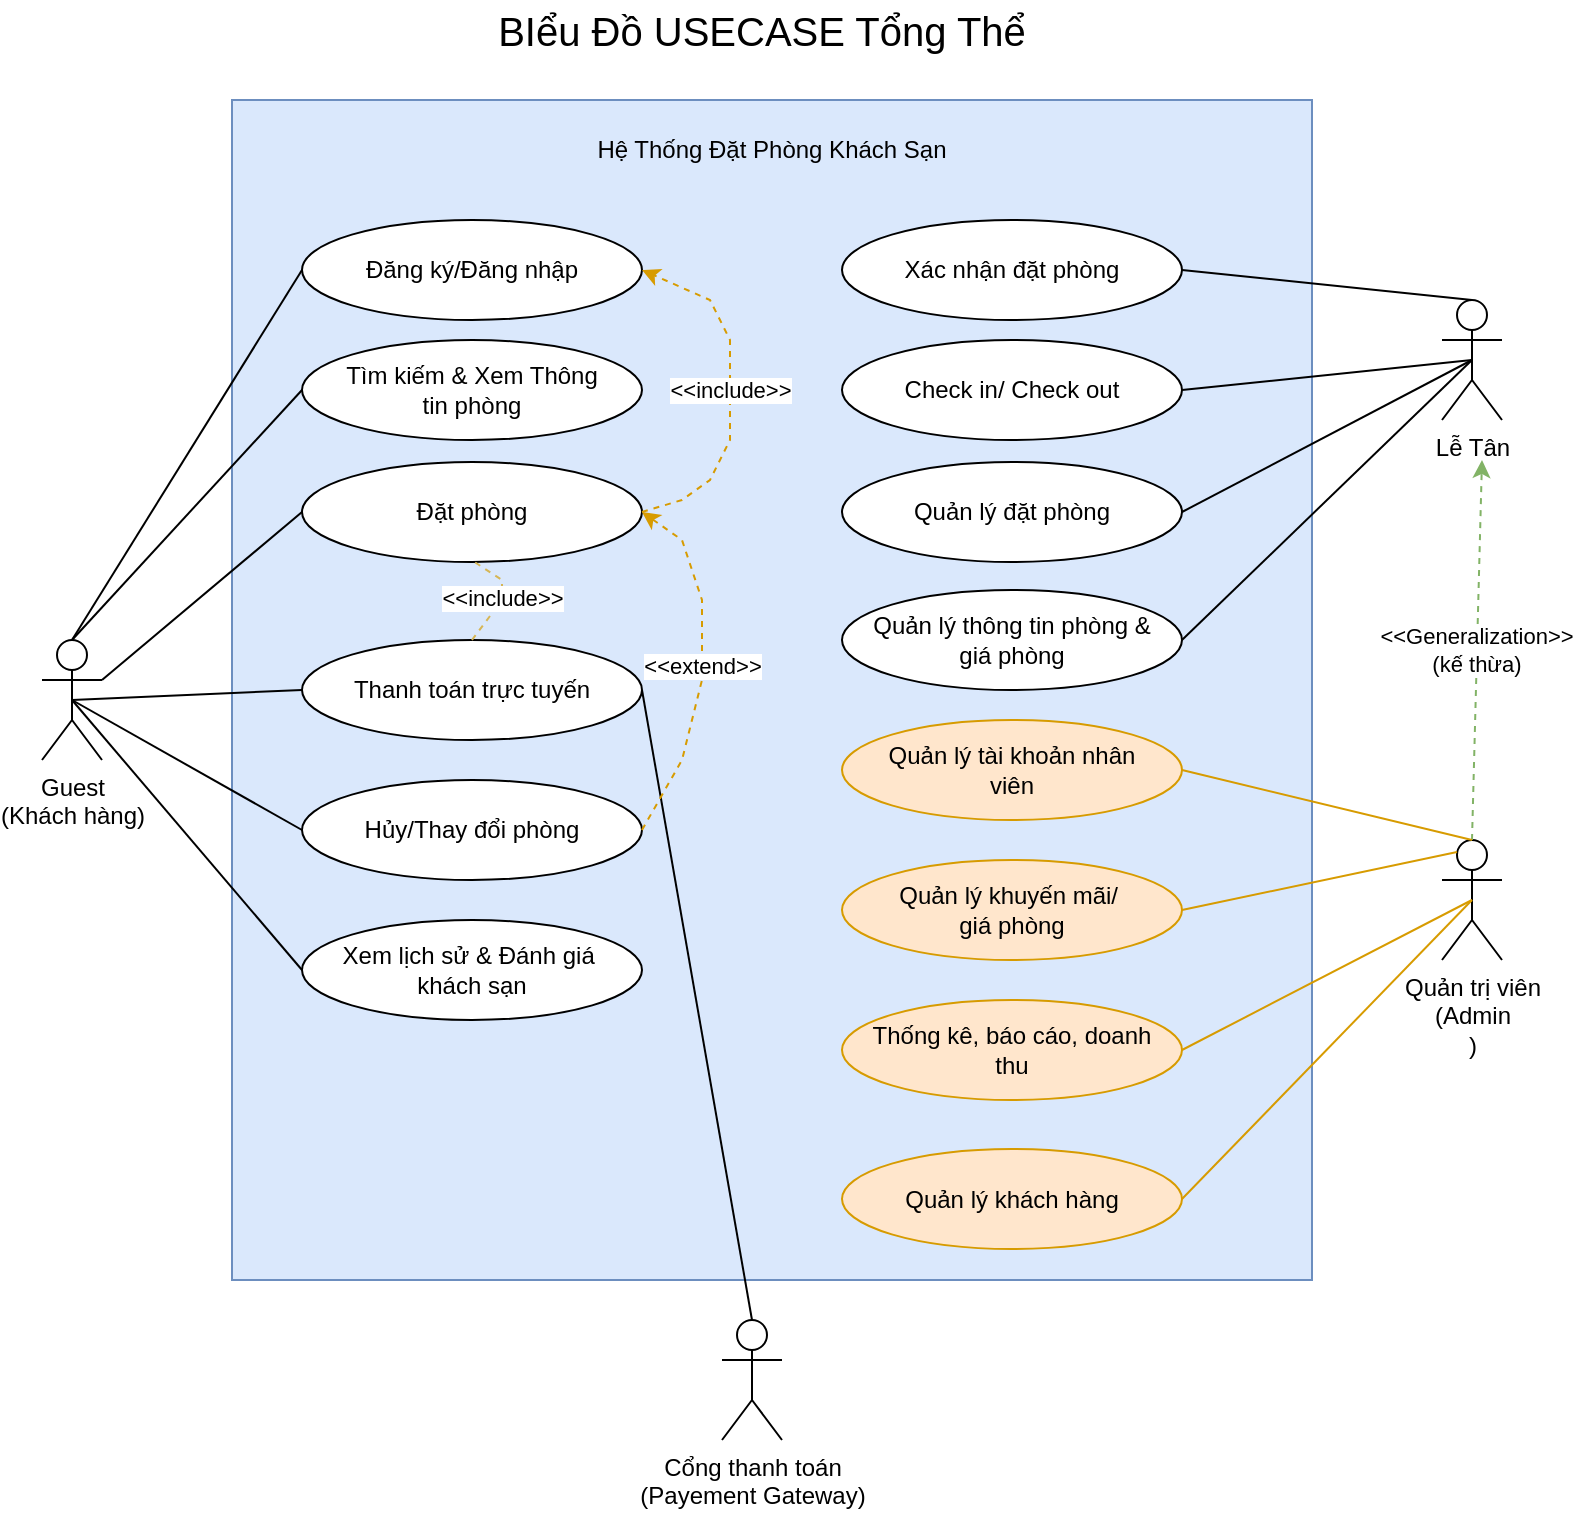
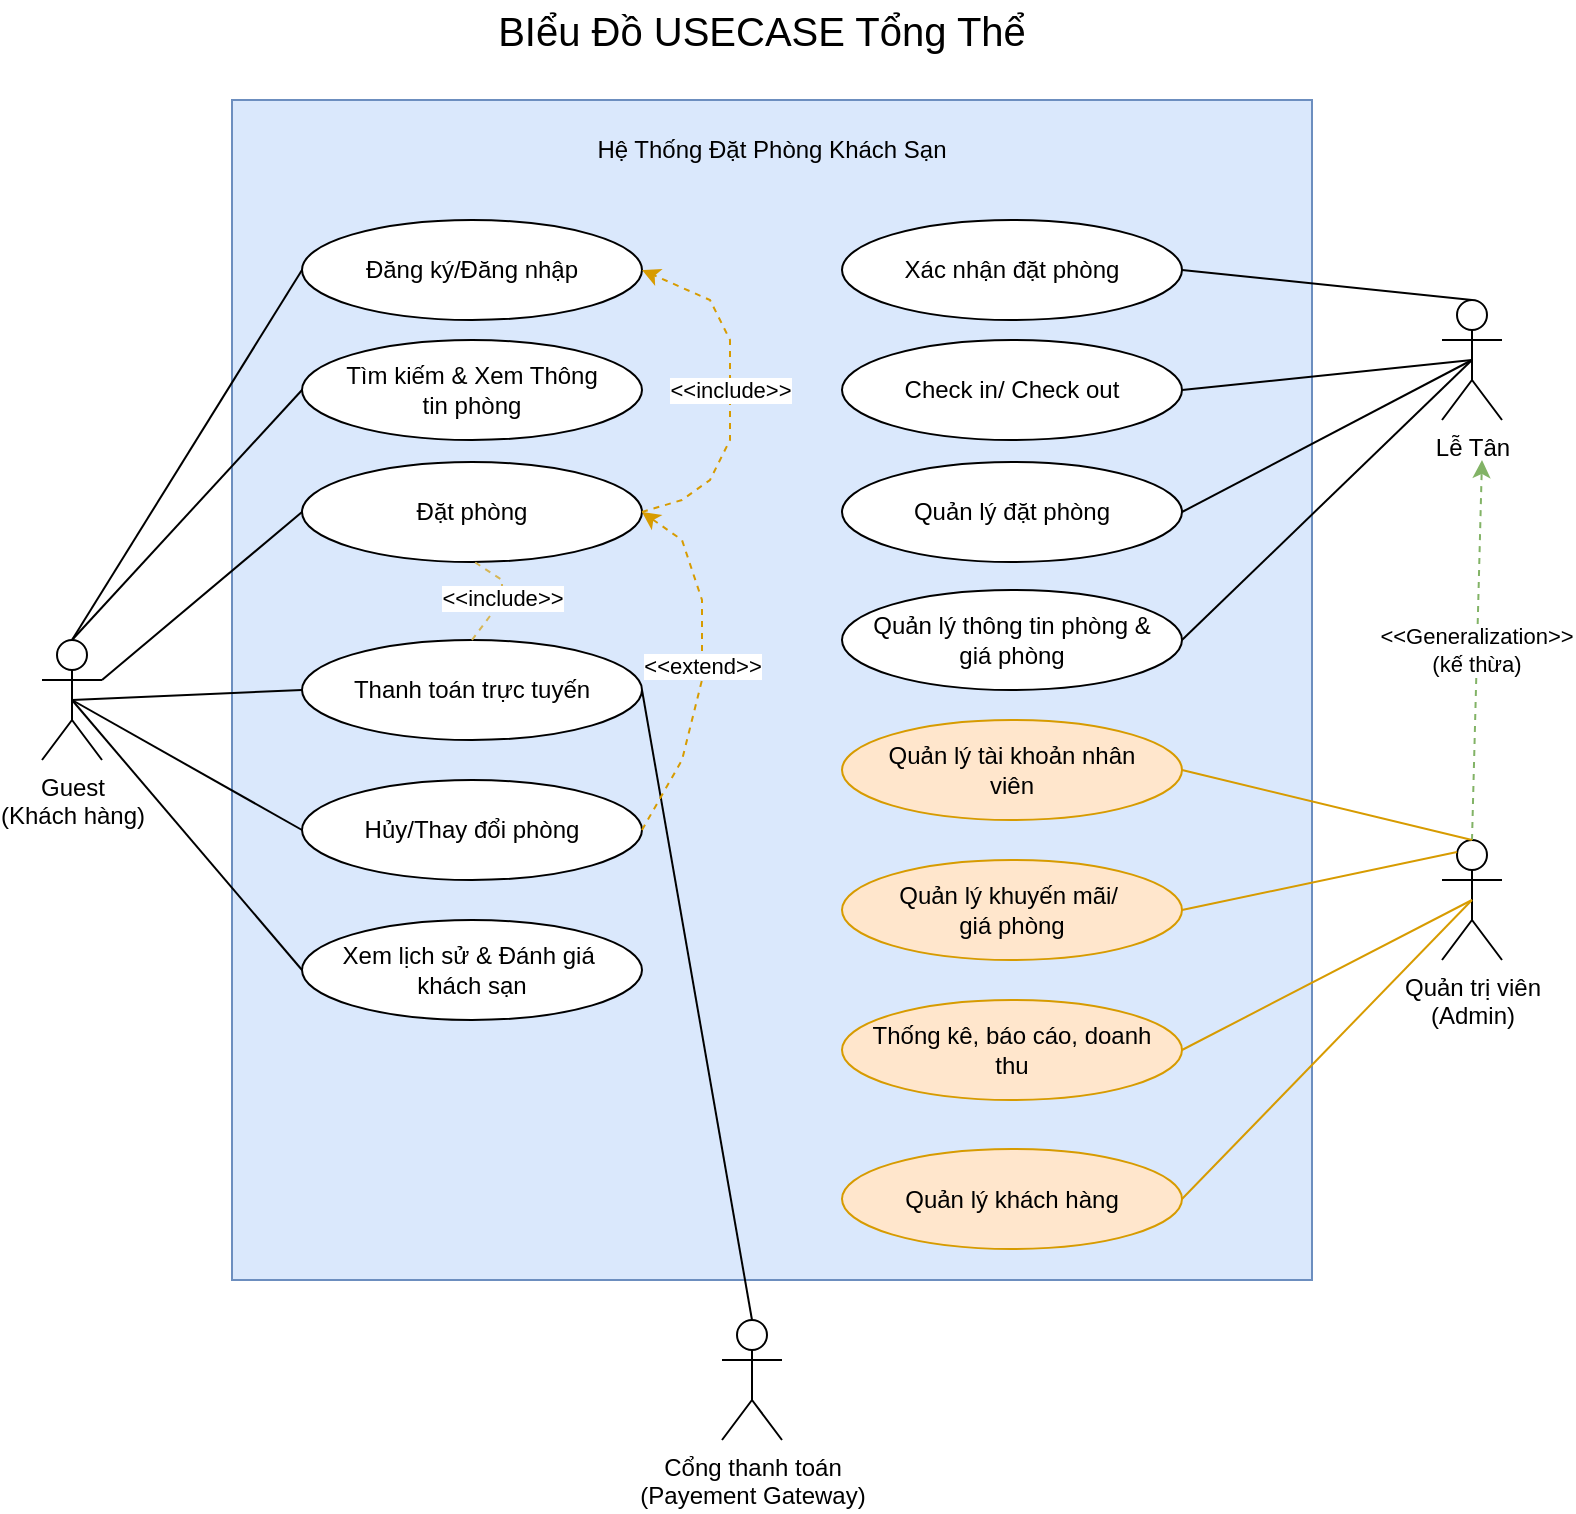
<mxfile host="app.diagrams.net">
  <diagram name="Trang-1" id="FlgQC96UwNOISl6KidtX">
-     <mxGraphModel dx="1323" dy="786" grid="1" gridSize="10" guides="1" tooltips="1" connect="1" arrows="1" fold="1" page="1" pageScale="1" pageWidth="827" pageHeight="1169" background="#ffffff" math="0" shadow="0">
+     <mxGraphModel dx="637" dy="379" grid="1" gridSize="10" guides="1" tooltips="1" connect="1" arrows="1" fold="1" page="1" pageScale="1" pageWidth="827" pageHeight="1169" background="#ffffff" math="0" shadow="0">
      <root>
        <mxCell id="0" />
        <mxCell id="1" parent="0" />
        <mxCell id="QVweNIYAjT9Ei_RMZ2Mm-1" parent="1" style="shape=umlActor;verticalLabelPosition=bottom;verticalAlign=top;html=1;outlineConnect=0;" value="Guest&lt;div&gt;(Khách hàng&lt;span style=&quot;background-color: transparent; color: light-dark(rgb(0, 0, 0), rgb(255, 255, 255));&quot;&gt;)&lt;/span&gt;&lt;/div&gt;" vertex="1">
          <mxGeometry height="60" width="30" x="30" y="330" as="geometry" />
        </mxCell>
        <mxCell id="QVweNIYAjT9Ei_RMZ2Mm-2" parent="1" style="whiteSpace=wrap;html=1;fillColor=#dae8fc;strokeColor=#6c8ebf;align=center;fontFamily=Times New Roman;" value="" vertex="1">
          <mxGeometry height="590" width="540" x="125" y="60" as="geometry" />
        </mxCell>
        <mxCell id="QVweNIYAjT9Ei_RMZ2Mm-3" parent="1" style="text;html=1;whiteSpace=wrap;strokeColor=none;fillColor=none;align=center;verticalAlign=middle;rounded=0;" value="Hệ Thống Đặt Phòng Khách Sạn" vertex="1">
          <mxGeometry height="30" width="270" x="260" y="70" as="geometry" />
        </mxCell>
        <mxCell id="QVweNIYAjT9Ei_RMZ2Mm-4" parent="1" style="shape=umlActor;verticalLabelPosition=bottom;verticalAlign=top;html=1;outlineConnect=0;" value="Cổng thanh toán&lt;div&gt;(Payement Gateway)&lt;/div&gt;" vertex="1">
          <mxGeometry height="60" width="30" x="370" y="670" as="geometry" />
        </mxCell>
-         <mxCell id="QVweNIYAjT9Ei_RMZ2Mm-5" parent="1" style="shape=umlActor;verticalLabelPosition=bottom;verticalAlign=top;html=1;outlineConnect=0;" value="Quản trị viên&lt;div&gt;(Admin&lt;/div&gt;&lt;div&gt;)&lt;/div&gt;" vertex="1">
+         <mxCell id="QVweNIYAjT9Ei_RMZ2Mm-5" parent="1" style="shape=umlActor;verticalLabelPosition=bottom;verticalAlign=top;html=1;outlineConnect=0;" value="Quản trị viên&lt;div&gt;(Admin&lt;span style=&quot;background-color: transparent; color: light-dark(rgb(0, 0, 0), rgb(255, 255, 255));&quot;&gt;)&lt;/span&gt;&lt;/div&gt;" vertex="1">
          <mxGeometry height="60" width="30" x="730" y="430" as="geometry" />
        </mxCell>
        <mxCell id="QVweNIYAjT9Ei_RMZ2Mm-6" parent="1" style="shape=umlActor;verticalLabelPosition=bottom;verticalAlign=top;html=1;outlineConnect=0;" value="Lễ Tân" vertex="1">
          <mxGeometry height="60" width="30" x="730" y="160" as="geometry" />
        </mxCell>
        <mxCell id="QVweNIYAjT9Ei_RMZ2Mm-8" parent="1" style="text;html=1;whiteSpace=wrap;strokeColor=none;fillColor=none;align=center;verticalAlign=middle;rounded=0;" value="&lt;font style=&quot;font-size: 20px;&quot;&gt;BIểu Đồ USECASE Tổng Thể&lt;/font&gt;" vertex="1">
          <mxGeometry height="30" width="340" x="220" y="10" as="geometry" />
        </mxCell>
        <mxCell id="QVweNIYAjT9Ei_RMZ2Mm-10" parent="1" style="ellipse;whiteSpace=wrap;html=1;" value="Đăng ký/Đăng nhập" vertex="1">
          <mxGeometry height="50" width="170" x="160" y="120" as="geometry" />
        </mxCell>
        <mxCell id="QVweNIYAjT9Ei_RMZ2Mm-17" parent="1" style="ellipse;whiteSpace=wrap;html=1;" value="Đặt phòng" vertex="1">
          <mxGeometry height="50" width="170" x="160" y="241" as="geometry" />
        </mxCell>
        <mxCell id="QVweNIYAjT9Ei_RMZ2Mm-18" parent="1" style="ellipse;whiteSpace=wrap;html=1;" value="Tìm kiếm &amp;amp; Xem Thông&lt;div&gt;tin phòng&lt;/div&gt;" vertex="1">
          <mxGeometry height="50" width="170" x="160" y="180" as="geometry" />
        </mxCell>
        <mxCell id="QVweNIYAjT9Ei_RMZ2Mm-19" parent="1" style="ellipse;whiteSpace=wrap;html=1;" value="Xem lịch sử &amp;amp; Đánh giá&amp;nbsp;&lt;div&gt;khách&amp;nbsp;&lt;span style=&quot;background-color: transparent; color: light-dark(rgb(0, 0, 0), rgb(255, 255, 255));&quot;&gt;sạn&lt;/span&gt;&lt;/div&gt;" vertex="1">
          <mxGeometry height="50" width="170" x="160" y="470" as="geometry" />
        </mxCell>
        <mxCell id="QVweNIYAjT9Ei_RMZ2Mm-20" parent="1" style="ellipse;whiteSpace=wrap;html=1;" value="Hủy/Thay đổi phòng" vertex="1">
          <mxGeometry height="50" width="170" x="160" y="400" as="geometry" />
        </mxCell>
        <mxCell id="QVweNIYAjT9Ei_RMZ2Mm-21" parent="1" style="ellipse;whiteSpace=wrap;html=1;" value="Thanh toán trực tuyến" vertex="1">
          <mxGeometry height="50" width="170" x="160" y="330" as="geometry" />
        </mxCell>
        <mxCell id="QVweNIYAjT9Ei_RMZ2Mm-22" parent="1" style="ellipse;whiteSpace=wrap;html=1;" value="Xác nhận đặt phòng" vertex="1">
          <mxGeometry height="50" width="170" x="430" y="120" as="geometry" />
        </mxCell>
        <mxCell id="QVweNIYAjT9Ei_RMZ2Mm-23" parent="1" style="ellipse;whiteSpace=wrap;html=1;" value="Quản lý đặt phòng" vertex="1">
          <mxGeometry height="50" width="170" x="430" y="241" as="geometry" />
        </mxCell>
        <mxCell id="QVweNIYAjT9Ei_RMZ2Mm-24" parent="1" style="ellipse;whiteSpace=wrap;html=1;" value="Check in/ Check out" vertex="1">
          <mxGeometry height="50" width="170" x="430" y="180" as="geometry" />
        </mxCell>
        <mxCell id="QVweNIYAjT9Ei_RMZ2Mm-25" parent="1" style="ellipse;whiteSpace=wrap;html=1;fillColor=#ffe6cc;strokeColor=#d79b00;" value="Quản lý khuyến mãi/&amp;nbsp;&lt;div&gt;giá phòng&lt;/div&gt;" vertex="1">
          <mxGeometry height="50" width="170" x="430" y="440" as="geometry" />
        </mxCell>
        <mxCell id="QVweNIYAjT9Ei_RMZ2Mm-26" parent="1" style="ellipse;whiteSpace=wrap;html=1;fillColor=#ffe6cc;strokeColor=#d79b00;" value="Quản lý tài khoản nhân&lt;div&gt;viên&lt;/div&gt;" vertex="1">
          <mxGeometry height="50" width="170" x="430" y="370" as="geometry" />
        </mxCell>
        <mxCell id="QVweNIYAjT9Ei_RMZ2Mm-27" parent="1" style="ellipse;whiteSpace=wrap;html=1;" value="Quản lý thông tin phòng &amp;amp;&lt;div&gt;giá phòng&lt;/div&gt;" vertex="1">
          <mxGeometry height="50" width="170" x="430" y="305" as="geometry" />
        </mxCell>
        <mxCell id="QVweNIYAjT9Ei_RMZ2Mm-28" parent="1" style="ellipse;whiteSpace=wrap;html=1;fillColor=#ffe6cc;strokeColor=#d79b00;" value="Quản lý khách hàng" vertex="1">
          <mxGeometry height="50" width="170" x="430" y="584.5" as="geometry" />
        </mxCell>
        <mxCell id="QVweNIYAjT9Ei_RMZ2Mm-29" parent="1" style="ellipse;whiteSpace=wrap;html=1;fillColor=#ffe6cc;strokeColor=#d79b00;" value="Thống kê, báo cáo, doanh&lt;div&gt;thu&lt;/div&gt;" vertex="1">
          <mxGeometry height="50" width="170" x="430" y="510" as="geometry" />
        </mxCell>
        <mxCell id="QVweNIYAjT9Ei_RMZ2Mm-30" edge="1" parent="1" source="QVweNIYAjT9Ei_RMZ2Mm-4" style="endArrow=none;html=1;rounded=0;exitX=0.5;exitY=0;exitDx=0;exitDy=0;exitPerimeter=0;entryX=1;entryY=0.5;entryDx=0;entryDy=0;" target="QVweNIYAjT9Ei_RMZ2Mm-21" value="">
          <mxGeometry height="50" relative="1" width="50" as="geometry">
            <mxPoint x="410" y="420" as="sourcePoint" />
            <mxPoint x="460" y="370" as="targetPoint" />
          </mxGeometry>
        </mxCell>
        <mxCell id="QVweNIYAjT9Ei_RMZ2Mm-31" edge="1" parent="1" source="QVweNIYAjT9Ei_RMZ2Mm-1" style="endArrow=none;html=1;rounded=0;exitX=0.5;exitY=0;exitDx=0;exitDy=0;exitPerimeter=0;entryX=0;entryY=0.5;entryDx=0;entryDy=0;" target="QVweNIYAjT9Ei_RMZ2Mm-10" value="">
          <mxGeometry height="50" relative="1" width="50" as="geometry">
            <mxPoint x="410" y="420" as="sourcePoint" />
            <mxPoint x="460" y="370" as="targetPoint" />
          </mxGeometry>
        </mxCell>
        <mxCell id="QVweNIYAjT9Ei_RMZ2Mm-32" edge="1" parent="1" source="QVweNIYAjT9Ei_RMZ2Mm-1" style="endArrow=none;html=1;rounded=0;exitX=0.5;exitY=0.5;exitDx=0;exitDy=0;exitPerimeter=0;entryX=0;entryY=0.5;entryDx=0;entryDy=0;" target="QVweNIYAjT9Ei_RMZ2Mm-21" value="">
          <mxGeometry height="50" relative="1" width="50" as="geometry">
            <mxPoint x="200" y="435" as="sourcePoint" />
            <mxPoint x="315" y="250" as="targetPoint" />
          </mxGeometry>
        </mxCell>
        <mxCell id="QVweNIYAjT9Ei_RMZ2Mm-33" edge="1" parent="1" source="QVweNIYAjT9Ei_RMZ2Mm-1" style="endArrow=none;html=1;rounded=0;exitX=1;exitY=0.3333333333333333;exitDx=0;exitDy=0;exitPerimeter=0;entryX=0;entryY=0.5;entryDx=0;entryDy=0;" target="QVweNIYAjT9Ei_RMZ2Mm-17" value="">
          <mxGeometry height="50" relative="1" width="50" as="geometry">
            <mxPoint x="200" y="435" as="sourcePoint" />
            <mxPoint x="315" y="250" as="targetPoint" />
          </mxGeometry>
        </mxCell>
        <mxCell id="QVweNIYAjT9Ei_RMZ2Mm-34" edge="1" parent="1" source="QVweNIYAjT9Ei_RMZ2Mm-1" style="endArrow=none;html=1;rounded=0;exitX=0.5;exitY=0;exitDx=0;exitDy=0;exitPerimeter=0;entryX=0;entryY=0.5;entryDx=0;entryDy=0;" target="QVweNIYAjT9Ei_RMZ2Mm-18" value="">
          <mxGeometry height="50" relative="1" width="50" as="geometry">
            <mxPoint x="200" y="435" as="sourcePoint" />
            <mxPoint x="315" y="250" as="targetPoint" />
          </mxGeometry>
        </mxCell>
        <mxCell id="QVweNIYAjT9Ei_RMZ2Mm-36" edge="1" parent="1" source="QVweNIYAjT9Ei_RMZ2Mm-1" style="endArrow=none;html=1;rounded=0;exitX=0.5;exitY=0.5;exitDx=0;exitDy=0;exitPerimeter=0;entryX=0;entryY=0.5;entryDx=0;entryDy=0;" target="QVweNIYAjT9Ei_RMZ2Mm-19" value="">
          <mxGeometry height="50" relative="1" width="50" as="geometry">
            <mxPoint x="170" y="430" as="sourcePoint" />
            <mxPoint x="285" y="400" as="targetPoint" />
          </mxGeometry>
        </mxCell>
        <mxCell id="QVweNIYAjT9Ei_RMZ2Mm-37" edge="1" parent="1" source="QVweNIYAjT9Ei_RMZ2Mm-1" style="endArrow=none;html=1;rounded=0;exitX=0.5;exitY=0.5;exitDx=0;exitDy=0;exitPerimeter=0;entryX=0;entryY=0.5;entryDx=0;entryDy=0;" target="QVweNIYAjT9Ei_RMZ2Mm-20" value="">
          <mxGeometry height="50" relative="1" width="50" as="geometry">
            <mxPoint x="170" y="430" as="sourcePoint" />
            <mxPoint x="170" y="380" as="targetPoint" />
          </mxGeometry>
        </mxCell>
        <mxCell id="QVweNIYAjT9Ei_RMZ2Mm-38" edge="1" parent="1" source="QVweNIYAjT9Ei_RMZ2Mm-21" style="endArrow=none;dashed=1;html=1;rounded=0;entryX=0.222;entryY=0.39;entryDx=0;entryDy=0;exitX=0.5;exitY=0;exitDx=0;exitDy=0;entryPerimeter=0;fillColor=#fff2cc;strokeColor=#d6b656;" target="QVweNIYAjT9Ei_RMZ2Mm-2" value="&amp;lt;&amp;lt;include&lt;span style=&quot;background-color: light-dark(#ffffff, var(--ge-dark-color, #121212)); color: light-dark(rgb(0, 0, 0), rgb(255, 255, 255));&quot;&gt;&amp;gt;&amp;gt;&lt;/span&gt;">
          <mxGeometry height="50" relative="1" width="50" as="geometry">
            <Array as="points">
              <mxPoint x="260" y="310" />
              <mxPoint x="260" y="300" />
            </Array>
            <mxPoint x="410" y="420" as="sourcePoint" />
            <mxPoint x="460" y="370" as="targetPoint" />
          </mxGeometry>
        </mxCell>
        <mxCell id="QVweNIYAjT9Ei_RMZ2Mm-40" edge="1" parent="1" source="QVweNIYAjT9Ei_RMZ2Mm-20" style="endArrow=classic;html=1;rounded=0;exitX=1;exitY=0.5;exitDx=0;exitDy=0;entryX=1;entryY=0.5;entryDx=0;entryDy=0;fillColor=#ffe6cc;strokeColor=#d79b00;dashed=1;" target="QVweNIYAjT9Ei_RMZ2Mm-17" value="&amp;lt;&amp;lt;extend&lt;span style=&quot;background-color: light-dark(#ffffff, var(--ge-dark-color, #121212)); color: light-dark(rgb(0, 0, 0), rgb(255, 255, 255));&quot;&gt;&amp;gt;&amp;gt;&lt;/span&gt;">
          <mxGeometry height="50" relative="1" width="50" as="geometry">
            <Array as="points">
              <mxPoint x="350" y="390" />
              <mxPoint x="360" y="350" />
              <mxPoint x="360" y="310" />
              <mxPoint x="350" y="280" />
            </Array>
            <mxPoint x="410" y="420" as="sourcePoint" />
            <mxPoint x="460" y="370" as="targetPoint" />
          </mxGeometry>
        </mxCell>
        <mxCell id="QVweNIYAjT9Ei_RMZ2Mm-41" edge="1" parent="1" source="QVweNIYAjT9Ei_RMZ2Mm-17" style="endArrow=classic;html=1;rounded=0;exitX=1;exitY=0.5;exitDx=0;exitDy=0;entryX=1;entryY=0.5;entryDx=0;entryDy=0;dashed=1;fillColor=#ffe6cc;strokeColor=#d79b00;" target="QVweNIYAjT9Ei_RMZ2Mm-10" value="&amp;lt;&amp;lt;include&amp;gt;&amp;gt;">
          <mxGeometry height="50" relative="1" width="50" as="geometry">
            <Array as="points">
              <mxPoint x="350" y="260" />
              <mxPoint x="364" y="250" />
              <mxPoint x="374" y="230" />
              <mxPoint x="374" y="210" />
              <mxPoint x="374" y="180" />
              <mxPoint x="364" y="160" />
            </Array>
            <mxPoint x="344" y="266" as="sourcePoint" />
            <mxPoint x="344" y="145" as="targetPoint" />
          </mxGeometry>
        </mxCell>
        <mxCell id="QVweNIYAjT9Ei_RMZ2Mm-44" edge="1" parent="1" source="QVweNIYAjT9Ei_RMZ2Mm-5" style="endArrow=classic;html=1;rounded=0;exitX=0.5;exitY=0;exitDx=0;exitDy=0;exitPerimeter=0;dashed=1;fillColor=#d5e8d4;strokeColor=#82b366;" value="&amp;lt;&amp;lt;Generalization&amp;gt;&amp;gt;&lt;div&gt;(kế thừa)&lt;/div&gt;">
          <mxGeometry height="50" relative="1" width="50" as="geometry">
            <mxPoint x="410" y="570" as="sourcePoint" />
            <mxPoint x="750" y="240" as="targetPoint" />
          </mxGeometry>
        </mxCell>
        <mxCell id="QVweNIYAjT9Ei_RMZ2Mm-45" edge="1" parent="1" source="QVweNIYAjT9Ei_RMZ2Mm-26" style="endArrow=none;html=1;rounded=0;entryX=0.5;entryY=0;entryDx=0;entryDy=0;entryPerimeter=0;exitX=1;exitY=0.5;exitDx=0;exitDy=0;fillColor=#ffe6cc;strokeColor=#d79b00;" target="QVweNIYAjT9Ei_RMZ2Mm-5" value="">
          <mxGeometry height="50" relative="1" width="50" as="geometry">
            <mxPoint x="410" y="390" as="sourcePoint" />
            <mxPoint x="460" y="340" as="targetPoint" />
          </mxGeometry>
        </mxCell>
        <mxCell id="QVweNIYAjT9Ei_RMZ2Mm-46" edge="1" parent="1" source="QVweNIYAjT9Ei_RMZ2Mm-27" style="endArrow=none;html=1;rounded=0;exitX=1;exitY=0.5;exitDx=0;exitDy=0;entryX=0.5;entryY=0.5;entryDx=0;entryDy=0;entryPerimeter=0;" target="QVweNIYAjT9Ei_RMZ2Mm-6" value="">
          <mxGeometry height="50" relative="1" width="50" as="geometry">
            <mxPoint x="410" y="390" as="sourcePoint" />
            <mxPoint x="460" y="340" as="targetPoint" />
          </mxGeometry>
        </mxCell>
        <mxCell id="QVweNIYAjT9Ei_RMZ2Mm-47" edge="1" parent="1" source="QVweNIYAjT9Ei_RMZ2Mm-23" style="endArrow=none;html=1;rounded=0;entryX=0.5;entryY=0.5;entryDx=0;entryDy=0;entryPerimeter=0;exitX=1;exitY=0.5;exitDx=0;exitDy=0;" target="QVweNIYAjT9Ei_RMZ2Mm-6" value="">
          <mxGeometry height="50" relative="1" width="50" as="geometry">
            <mxPoint x="410" y="390" as="sourcePoint" />
            <mxPoint x="460" y="340" as="targetPoint" />
          </mxGeometry>
        </mxCell>
        <mxCell id="QVweNIYAjT9Ei_RMZ2Mm-48" edge="1" parent="1" source="QVweNIYAjT9Ei_RMZ2Mm-24" style="endArrow=none;html=1;rounded=0;entryX=0.5;entryY=0.5;entryDx=0;entryDy=0;entryPerimeter=0;exitX=1;exitY=0.5;exitDx=0;exitDy=0;" target="QVweNIYAjT9Ei_RMZ2Mm-6" value="">
          <mxGeometry height="50" relative="1" width="50" as="geometry">
            <mxPoint x="410" y="390" as="sourcePoint" />
            <mxPoint x="460" y="340" as="targetPoint" />
          </mxGeometry>
        </mxCell>
        <mxCell id="QVweNIYAjT9Ei_RMZ2Mm-49" edge="1" parent="1" source="QVweNIYAjT9Ei_RMZ2Mm-22" style="endArrow=none;html=1;rounded=0;entryX=0.5;entryY=0;entryDx=0;entryDy=0;entryPerimeter=0;exitX=1;exitY=0.5;exitDx=0;exitDy=0;" target="QVweNIYAjT9Ei_RMZ2Mm-6" value="">
          <mxGeometry height="50" relative="1" width="50" as="geometry">
            <mxPoint x="410" y="390" as="sourcePoint" />
            <mxPoint x="460" y="340" as="targetPoint" />
          </mxGeometry>
        </mxCell>
        <mxCell id="QVweNIYAjT9Ei_RMZ2Mm-50" edge="1" parent="1" source="QVweNIYAjT9Ei_RMZ2Mm-28" style="endArrow=none;html=1;rounded=0;entryX=0.5;entryY=0.5;entryDx=0;entryDy=0;entryPerimeter=0;exitX=1;exitY=0.5;exitDx=0;exitDy=0;fillColor=#ffe6cc;strokeColor=#d79b00;" target="QVweNIYAjT9Ei_RMZ2Mm-5" value="">
          <mxGeometry height="50" relative="1" width="50" as="geometry">
            <mxPoint x="410" y="660" as="sourcePoint" />
            <mxPoint x="460" y="610" as="targetPoint" />
          </mxGeometry>
        </mxCell>
        <mxCell id="QVweNIYAjT9Ei_RMZ2Mm-51" edge="1" parent="1" source="QVweNIYAjT9Ei_RMZ2Mm-29" style="endArrow=none;html=1;rounded=0;exitX=1;exitY=0.5;exitDx=0;exitDy=0;entryX=0.5;entryY=0.5;entryDx=0;entryDy=0;entryPerimeter=0;fillColor=#ffe6cc;strokeColor=#d79b00;" target="QVweNIYAjT9Ei_RMZ2Mm-5" value="">
          <mxGeometry height="50" relative="1" width="50" as="geometry">
            <mxPoint x="410" y="660" as="sourcePoint" />
            <mxPoint x="460" y="610" as="targetPoint" />
          </mxGeometry>
        </mxCell>
        <mxCell id="QVweNIYAjT9Ei_RMZ2Mm-52" edge="1" parent="1" source="QVweNIYAjT9Ei_RMZ2Mm-25" style="endArrow=none;html=1;rounded=0;entryX=0.25;entryY=0.1;entryDx=0;entryDy=0;entryPerimeter=0;exitX=1;exitY=0.5;exitDx=0;exitDy=0;fillColor=#ffe6cc;strokeColor=#d79b00;" target="QVweNIYAjT9Ei_RMZ2Mm-5" value="">
          <mxGeometry height="50" relative="1" width="50" as="geometry">
            <mxPoint x="410" y="660" as="sourcePoint" />
            <mxPoint x="460" y="610" as="targetPoint" />
          </mxGeometry>
        </mxCell>
      </root>
    </mxGraphModel>
  </diagram>
</mxfile>
